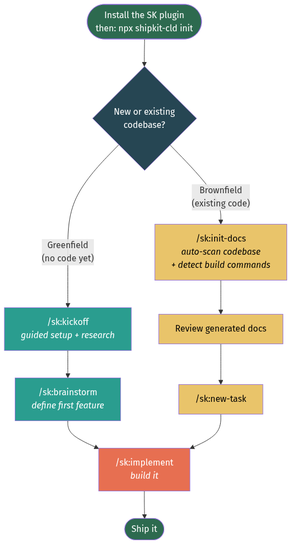
Above: assets/getting-started.png in moniav/sk (Mermaid), before the change. Its source is kept beside it as assets/src/getting-started.mmd.
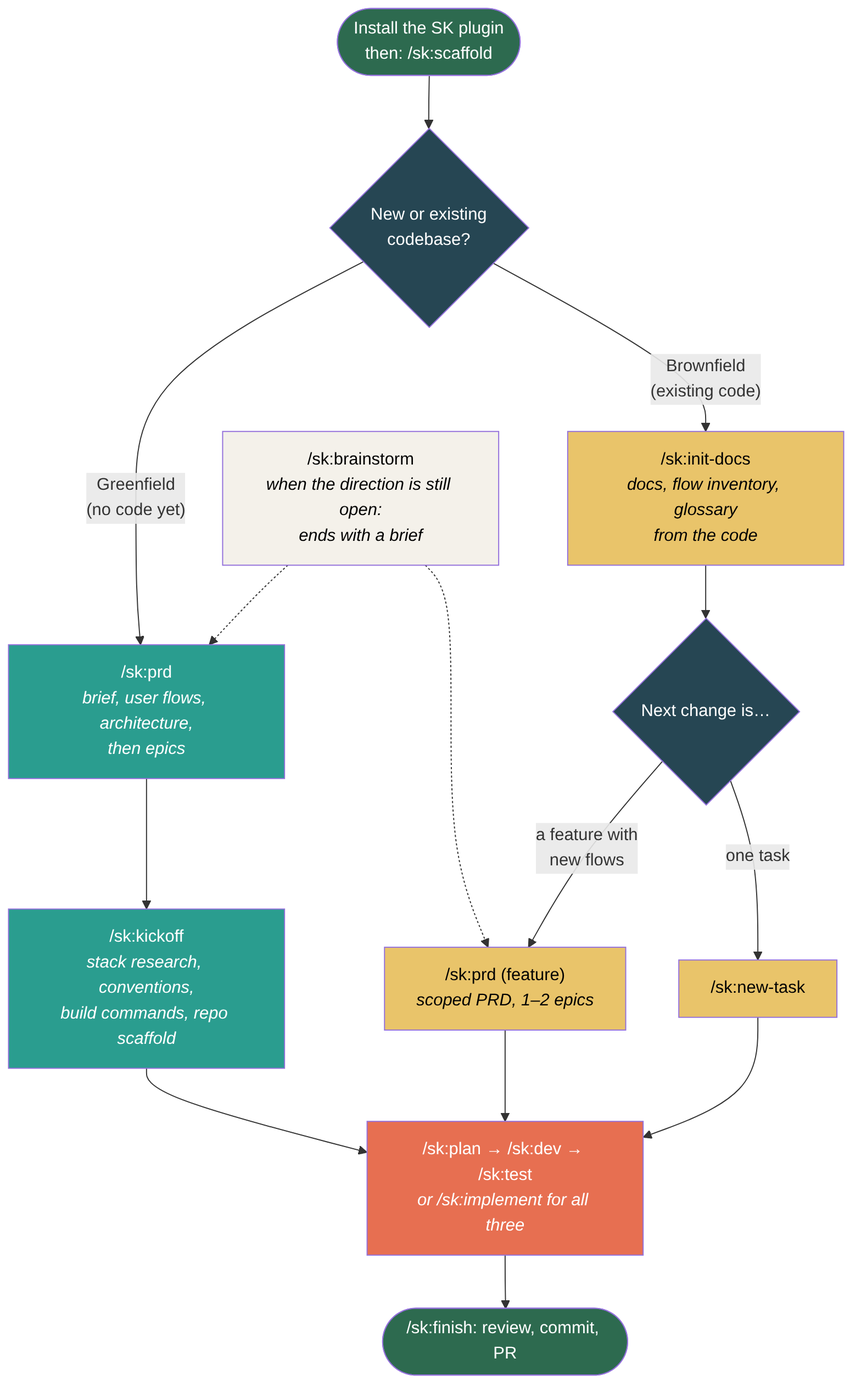
Above is the later version.

The edit, as a diff of the source:
```diff
@@ -1,24 +1,31 @@
 flowchart TD
-    Start(["Install the SK plugin<br/>then: npx shipkit-cld init"]) --> Q{"New or existing<br/>codebase?"}
+    Start(["Install the SK plugin<br/>then: /sk:scaffold"]) --> Q{"New or existing<br/>codebase?"}
 
-    Q -->|"Greenfield<br/>(no code yet)"| GF1["/sk:kickoff<br/><i>guided setup + research</i>"]
-    GF1 --> GF2["/sk:brainstorm<br/><i>define first feature</i>"]
-    GF2 --> Impl
+    Q -->|"Greenfield<br/>(no code yet)"| GF1["/sk:prd<br/><i>brief, user flows, architecture,<br/>then epics</i>"]
+    GF1 --> GF2["/sk:kickoff<br/><i>stack research, conventions,<br/>build commands, repo scaffold</i>"]
+    GF2 --> Plan
 
-    Q -->|"Brownfield<br/>(existing code)"| BF1["/sk:init-docs<br/><i>auto-scan codebase<br/>+ detect build commands</i>"]
-    BF1 --> BF2["Review generated docs"]
-    BF2 --> BF3["/sk:new-task"]
-    BF3 --> Impl
+    Q -->|"Brownfield<br/>(existing code)"| BF1["/sk:init-docs<br/><i>docs, flow inventory, glossary<br/>from the code</i>"]
+    BF1 --> BF2{"Next change is…"}
+    BF2 -->|"a feature with<br/>new flows"| BF3["/sk:prd (feature)<br/><i>scoped PRD, 1–2 epics</i>"]
+    BF2 -->|"one task"| BF4["/sk:new-task"]
+    BF3 --> Plan
+    BF4 --> Plan
 
-    Impl["/sk:implement<br/><i>build it</i>"]
-    Impl --> Ship(["Ship it"])
+    Plan["/sk:plan → /sk:dev → /sk:test<br/><i>or /sk:implement for all three</i>"]
+    Plan --> Ship(["/sk:finish: review, commit, PR"])
+
+    BS["/sk:brainstorm<br/><i>when the direction is still open:<br/>ends with a brief</i>"] -.-> GF1
+    BS -.-> BF3
 
     style Start fill:#2d6a4f,color:#fff
     style Ship fill:#2d6a4f,color:#fff
     style Q fill:#264653,color:#fff
-    style Impl fill:#e76f51,color:#fff
+    style BF2 fill:#264653,color:#fff
+    style Plan fill:#e76f51,color:#fff
     style GF1 fill:#2a9d8f,color:#fff
     style GF2 fill:#2a9d8f,color:#fff
     style BF1 fill:#e9c46a,color:#000
-    style BF2 fill:#e9c46a,color:#000
     style BF3 fill:#e9c46a,color:#000
+    style BF4 fill:#e9c46a,color:#000
+    style BS fill:#f4f1ea,color:#000
```
